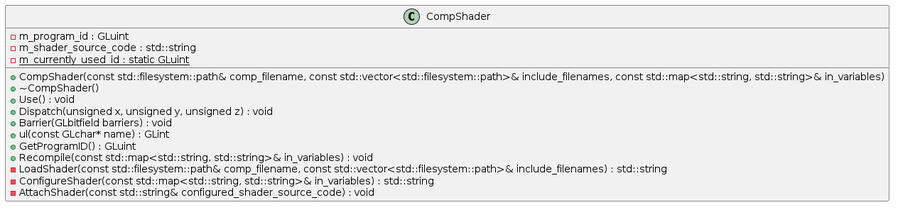
Earlier version of the PlantUML export docs/plantuml/CompShader_class_diagram.png (monkeysoop/szakdoga). Its source is kept beside it as docs/plantuml/CompShader_class_diagram.puml.
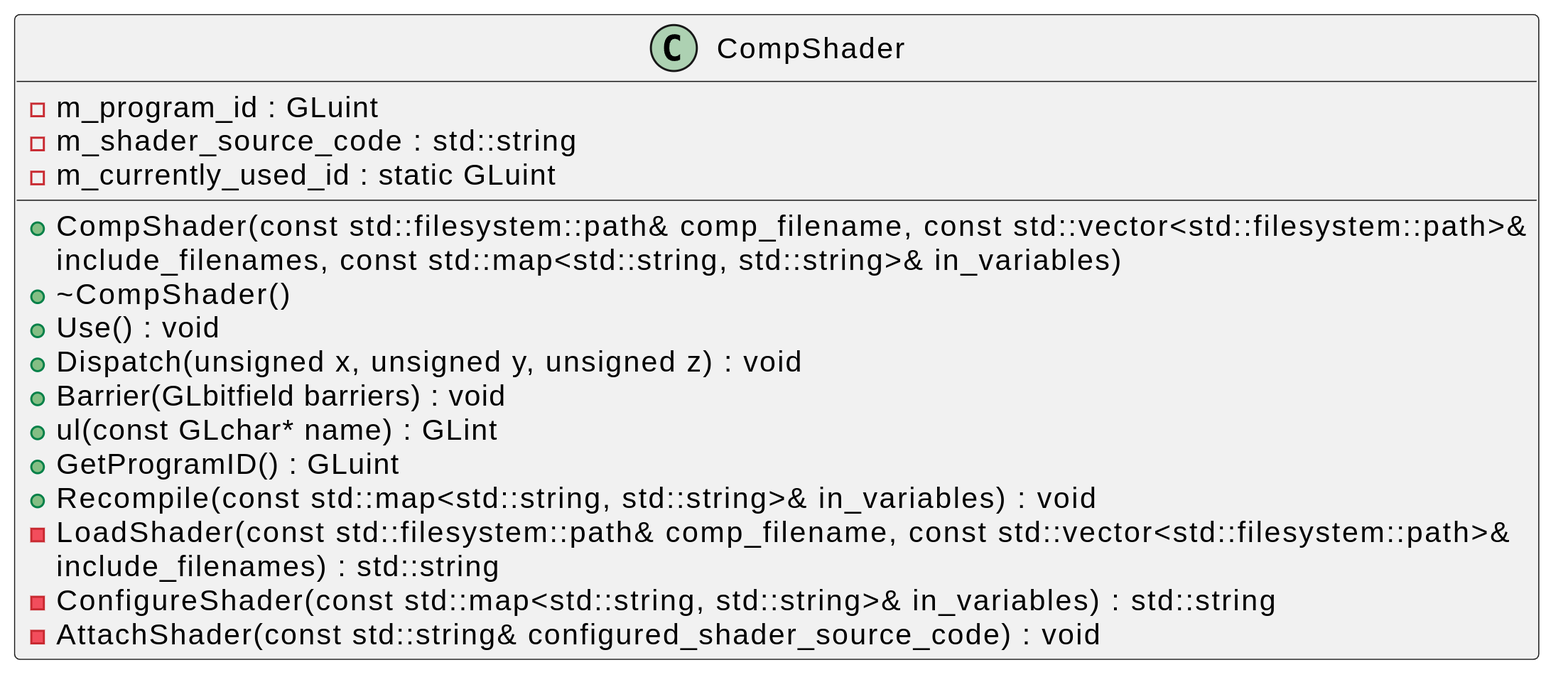
After the commit.

What changed in the source:
```diff
@@ -3,7 +3,8 @@
 
 
 class CompShader {
-	+CompShader(const std::filesystem::path& comp_filename, const std::vector<std::filesystem::path>& include_filenames, const std::map<std::string, std::string>& in_variables)
+	+CompShader(const std::filesystem::path& comp_filename, const std::vector<std::filesystem::path>&
+    include_filenames, const std::map<std::string, std::string>& in_variables)
     +~CompShader()
     +Use() : void
     +Dispatch(unsigned x, unsigned y, unsigned z) : void
@@ -13,8 +14,9 @@
     +Recompile(const std::map<std::string, std::string>& in_variables) : void
 	-m_program_id : GLuint
     -m_shader_source_code : std::string
-    -{static} m_currently_used_id : static GLuint
-	-LoadShader(const std::filesystem::path& comp_filename, const std::vector<std::filesystem::path>& include_filenames) : std::string
+    -m_currently_used_id : static GLuint
+	-LoadShader(const std::filesystem::path& comp_filename, const std::vector<std::filesystem::path>&
+    include_filenames) : std::string
     -ConfigureShader(const std::map<std::string, std::string>& in_variables) : std::string
     -AttachShader(const std::string& configured_shader_source_code) : void
 }
```
